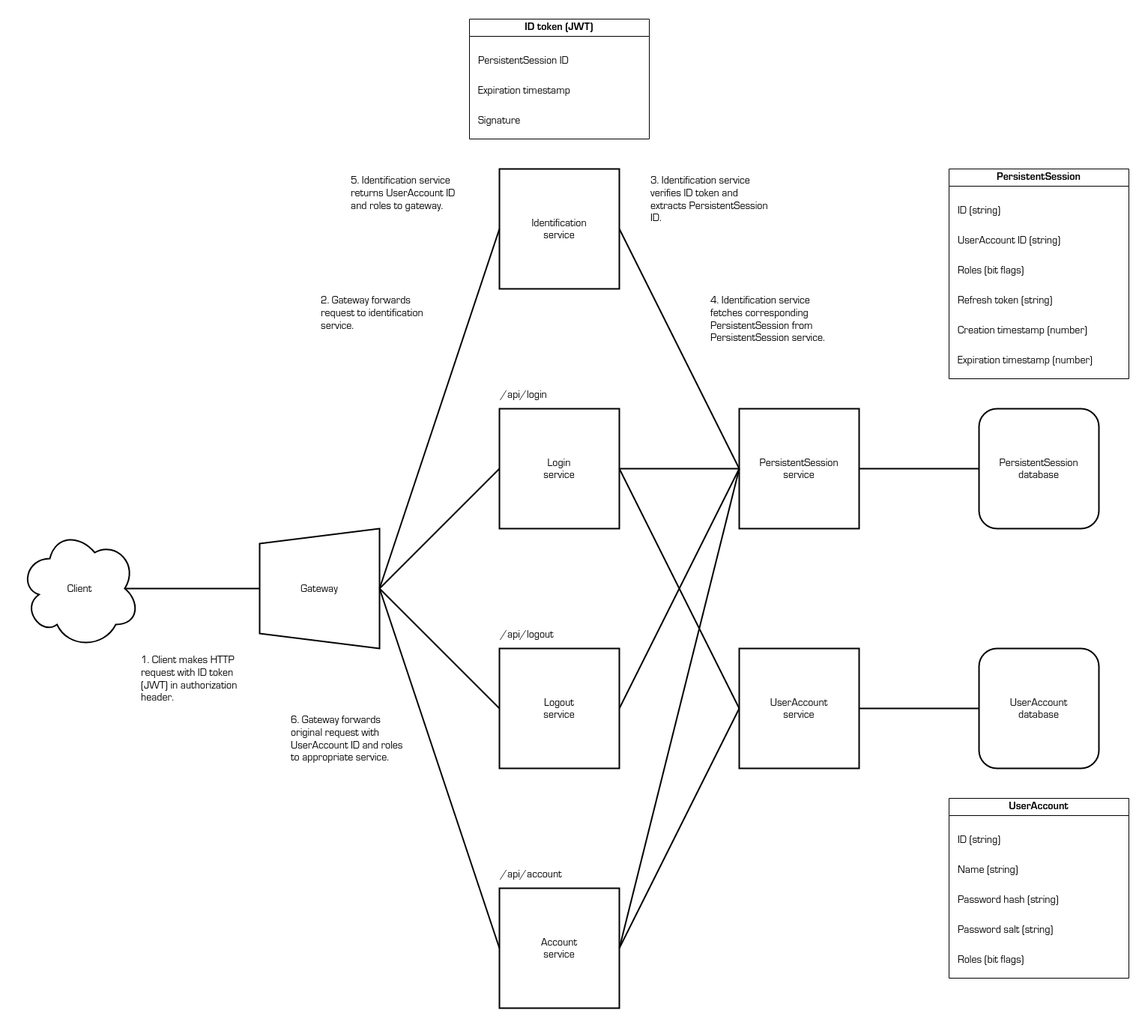
The draw.io diagram docs/architecture.png in shinhugh/base, before a commit. Source tidied: cells renumbered, new cells last; positions are measured from the earlier drawing's top-left corner, leaving out a move shared by most shapes.
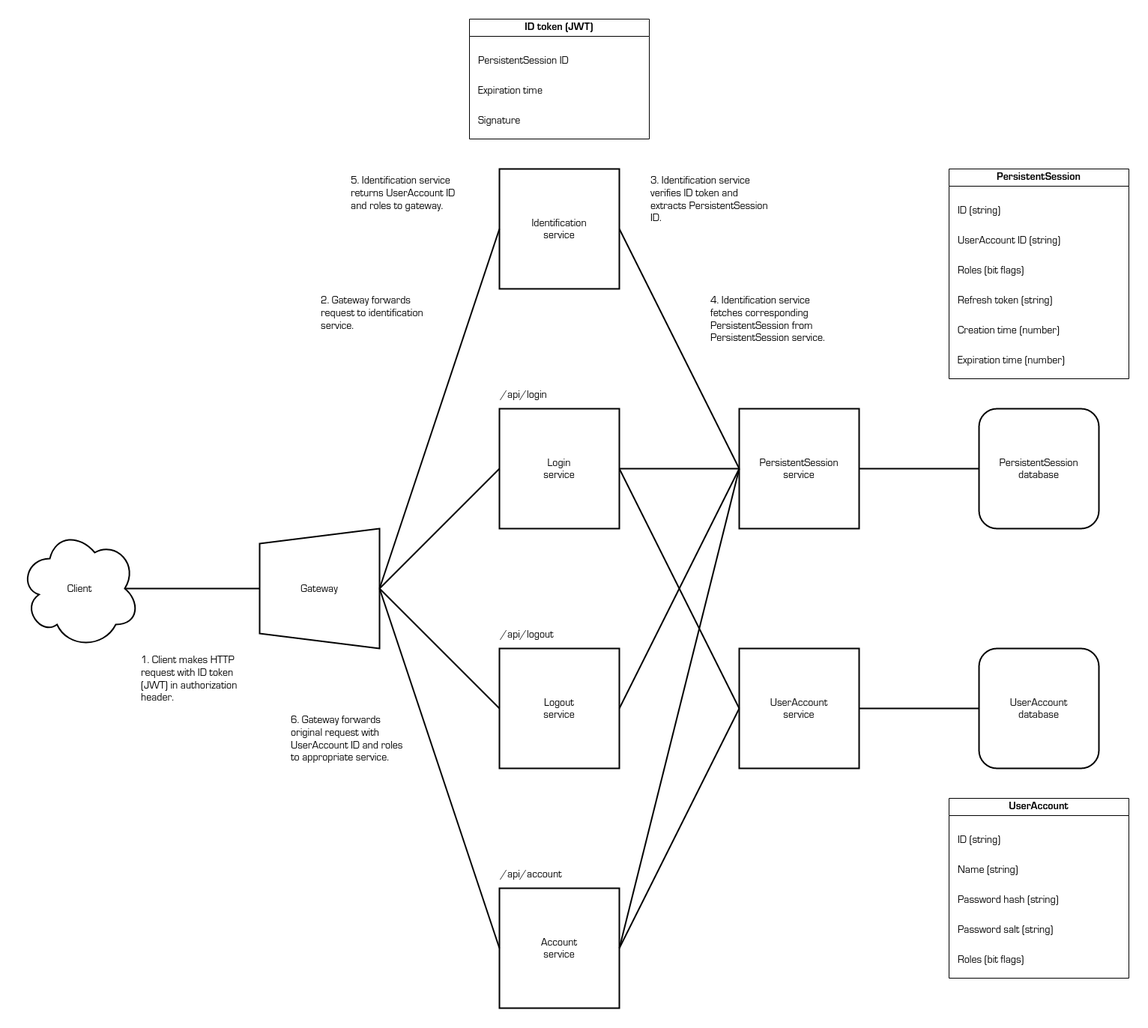
After the commit.

Commit message:
Update architecture diagram; progress on PersistentSession service implementation

The edit, as a diff of the source:
```diff
@@ -86,7 +86,7 @@
     <mxCell id="29" value="PersistentSession ID" style="text;strokeColor=none;fillColor=none;align=left;verticalAlign=top;whiteSpace=wrap;rounded=0;fontFamily=Lucida Console;fontSize=14;" parent="28" vertex="1">
       <mxGeometry x="10" y="40" width="220" height="40" as="geometry" />
     </mxCell>
-    <mxCell id="30" value="Expiration timestamp" style="text;strokeColor=none;fillColor=none;align=left;verticalAlign=top;whiteSpace=wrap;rounded=0;fontFamily=Lucida Console;fontSize=14;" parent="28" vertex="1">
+    <mxCell id="30" value="Expiration time" style="text;strokeColor=none;fillColor=none;align=left;verticalAlign=top;whiteSpace=wrap;rounded=0;fontFamily=Lucida Console;fontSize=14;" parent="28" vertex="1">
       <mxGeometry x="10" y="80" width="220" height="40" as="geometry" />
     </mxCell>
     <mxCell id="31" value="Signature" style="text;strokeColor=none;fillColor=none;align=left;verticalAlign=top;whiteSpace=wrap;rounded=0;fontFamily=Lucida Console;fontSize=14;" parent="28" vertex="1">
@@ -107,10 +107,10 @@
     <mxCell id="36" value="ID (string)" style="text;strokeColor=none;fillColor=none;align=left;verticalAlign=top;whiteSpace=wrap;rounded=0;fontFamily=Lucida Console;fontSize=14;" parent="35" vertex="1">
       <mxGeometry x="10" y="40" width="220" height="40" as="geometry" />
     </mxCell>
-    <mxCell id="37" value="Creation timestamp (number)" style="text;strokeColor=none;fillColor=none;align=left;verticalAlign=top;whiteSpace=wrap;rounded=0;fontFamily=Lucida Console;fontSize=14;" parent="35" vertex="1">
+    <mxCell id="37" value="Creation time (number)" style="text;strokeColor=none;fillColor=none;align=left;verticalAlign=top;whiteSpace=wrap;rounded=0;fontFamily=Lucida Console;fontSize=14;" parent="35" vertex="1">
       <mxGeometry x="10" y="200" width="220" height="40" as="geometry" />
     </mxCell>
-    <mxCell id="38" value="Expiration timestamp (number)" style="text;strokeColor=none;fillColor=none;align=left;verticalAlign=top;whiteSpace=wrap;rounded=0;fontFamily=Lucida Console;fontSize=14;" parent="35" vertex="1">
+    <mxCell id="38" value="Expiration time (number)" style="text;strokeColor=none;fillColor=none;align=left;verticalAlign=top;whiteSpace=wrap;rounded=0;fontFamily=Lucida Console;fontSize=14;" parent="35" vertex="1">
       <mxGeometry x="10" y="240" width="220" height="40" as="geometry" />
     </mxCell>
     <mxCell id="39" value="UserAccount ID (string)" style="text;strokeColor=none;fillColor=none;align=left;verticalAlign=top;whiteSpace=wrap;rounded=0;fontFamily=Lucida Console;fontSize=14;" parent="35" vertex="1">
```
